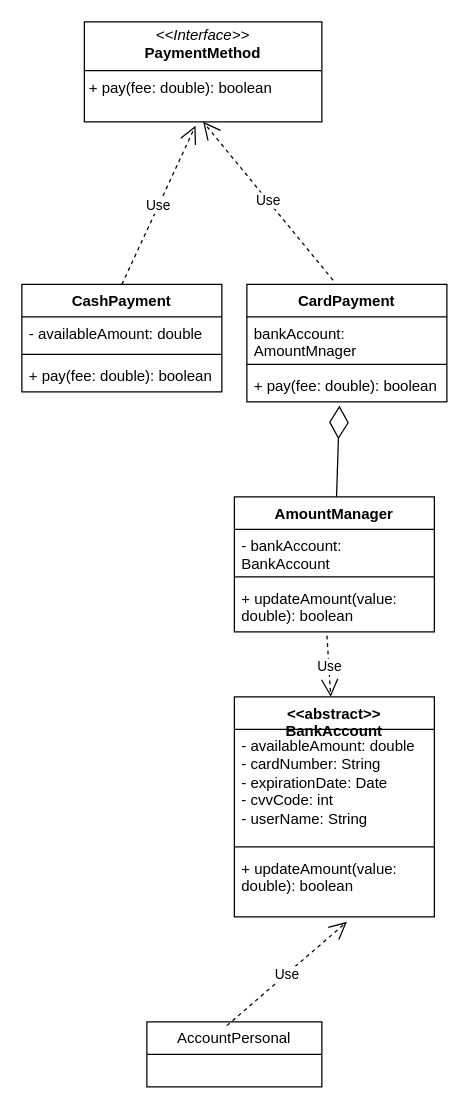
Before: Principii_SOLID.drawio in Cosette195/TemaLab4, a draw.io diagram. Source tidied: cells renumbered, new cells numbered last; positions are measured from the earlier drawing's top-left corner, leaving out a move shared by most shapes. Both pictures are drawn from the tidied source at 125%, with x=0, y=0 at pixel (21, 21).
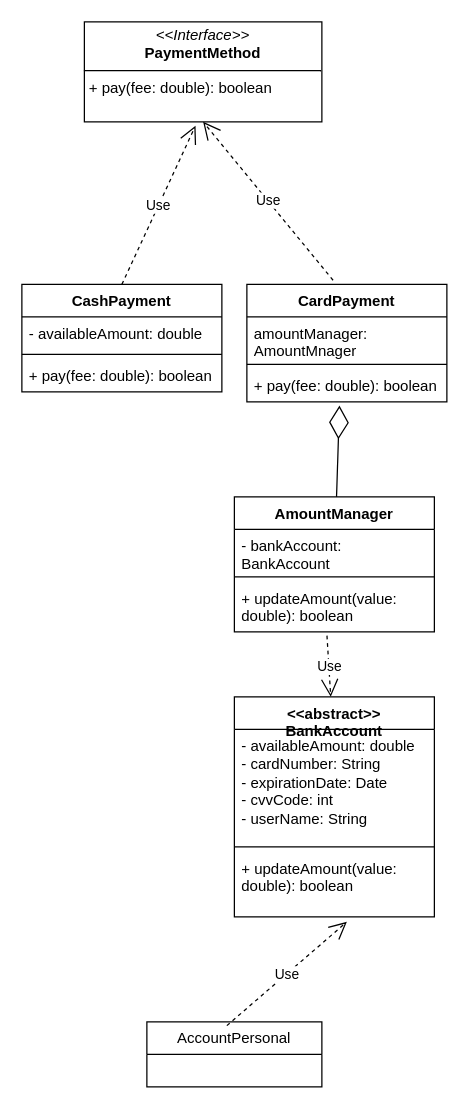
After the change.

The change refers to these unchanged cells:
```xml
<mxCell id="9" value="CardPayment" style="swimlane;fontStyle=1;align=center;verticalAlign=top;horizontal=1;startSize=26;whiteSpace=wrap;html=1;" parent="1" vertex="1">
  <mxGeometry x="180" y="210" width="160" height="94" as="geometry" />
</mxCell>
```

The edit, as a diff of the source:
```diff
@@
-    <mxCell id="10" value="bankAccount: AmountMnager" style="text;strokeColor=none;fillColor=none;align=left;verticalAlign=top;spacingLeft=4;spacingRight=4;overflow=hidden;whiteSpace=wrap;html=1;" parent="9" vertex="1">
+    <mxCell id="10" value="amountManager: AmountMnager" style="text;strokeColor=none;fillColor=none;align=left;verticalAlign=top;spacingLeft=4;spacingRight=4;overflow=hidden;whiteSpace=wrap;html=1;" parent="9" vertex="1">
       <mxGeometry y="26" width="160" height="34" as="geometry" />
     </mxCell>
```
